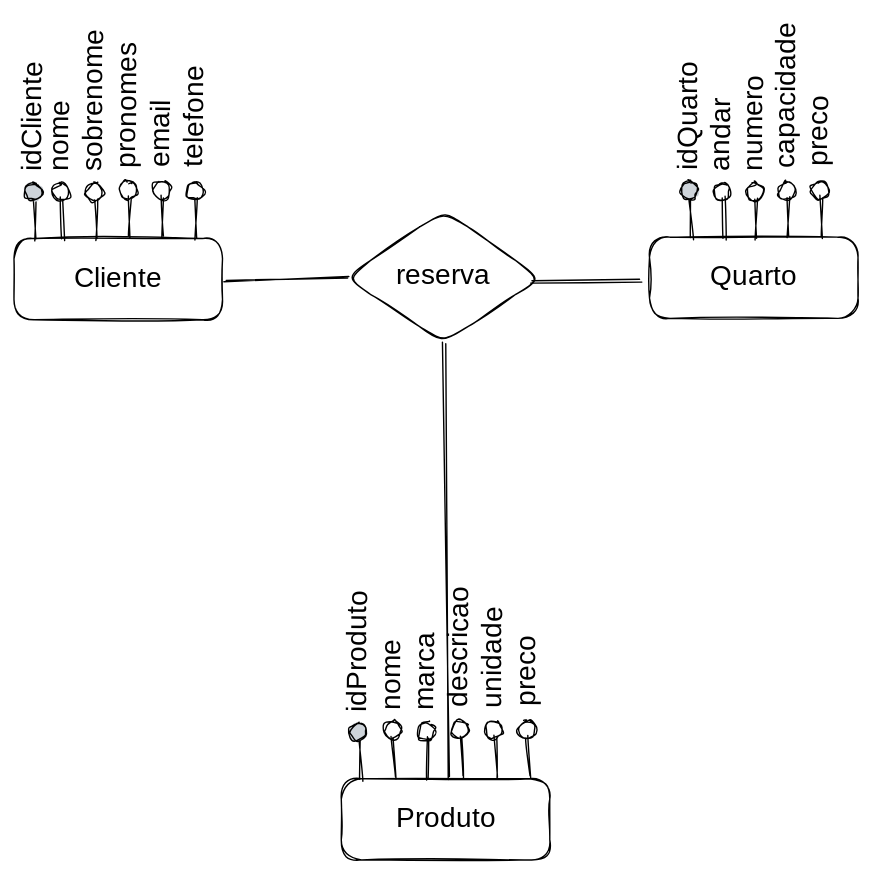
The Excalidraw diagram .gitbook/assets/file.excalidraw.svg in francojoao/gb-banco-de-dados, before a commit. Source tidied: one line per element, renumbered; positions are measured from the earlier drawing's top-left corner, leaving out a move shared by most shapes.
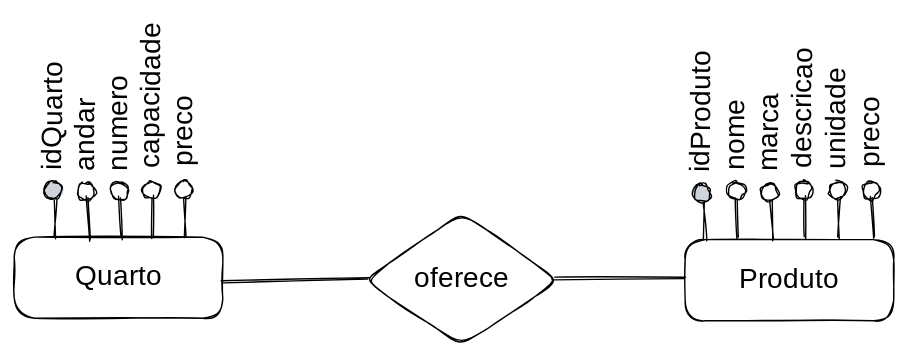
After the change.

Change to the diagram source:
```diff
@@ -1,62 +1,41 @@
-{"id": 0, "type": "rectangle", "strokeColor": "#000000", "strokeWidth": 1, "roughness": 1, "round": true, "x": 28, "y": 118, "width": 149, "height": 58}
-{"id": 1, "type": "text", "text": "Cliente", "strokeColor": "#000000", "strokeWidth": 1, "roughness": 1, "fontSize": 20, "fontFamily": 1, "textAlign": "center", "verticalAlign": "middle", "inside": 0, "x": 69, "y": 135, "width": 67, "height": 23}
-{"id": 2, "type": "line", "strokeColor": "#000000", "strokeWidth": 1, "roughness": 1, "round": true, "x": 62, "y": 89, "width": 1, "height": 29, "points": [[0, 0], [1, 29]]}
-{"id": 3, "type": "ellipse", "strokeColor": "#000000", "strokeWidth": 1, "roughness": 1, "round": true, "x": 55, "y": 78, "width": 12, "height": 13}
-{"id": 4, "type": "text", "text": "nome", "strokeColor": "#000000", "angle": 4.72, "strokeWidth": 1, "roughness": 1, "fontSize": 20, "fontFamily": 1, "x": 38, "y": 34, "width": 46, "height": 25}
-{"id": 5, "type": "line", "strokeColor": "#000000", "strokeWidth": 1, "roughness": 1, "round": true, "x": 86, "y": 89, "width": 1, "height": 29, "points": [[0, 0], [1, 29]]}
-{"id": 6, "type": "ellipse", "strokeColor": "#000000", "strokeWidth": 1, "roughness": 1, "round": true, "x": 79, "y": 78, "width": 12, "height": 13}
-{"id": 7, "type": "text", "text": "sobrenome", "strokeColor": "#000000", "angle": 4.72, "strokeWidth": 1, "roughness": 1, "fontSize": 20, "fontFamily": 1, "x": 36, "y": 8, "width": 98, "height": 25}
-{"id": 8, "type": "line", "strokeColor": "#000000", "strokeWidth": 1, "roughness": 1, "round": true, "x": 110, "y": 88, "width": 1, "height": 29, "points": [[0, 0], [1, 29]]}
-{"id": 9, "type": "ellipse", "strokeColor": "#000000", "strokeWidth": 1, "roughness": 1, "round": true, "x": 103, "y": 77, "width": 12, "height": 13}
-{"id": 10, "type": "text", "text": "pronomes", "strokeColor": "#000000", "angle": 4.72, "strokeWidth": 1, "roughness": 1, "fontSize": 20, "fontFamily": 1, "x": 66, "y": 12, "width": 86, "height": 25}
-{"id": 11, "type": "text", "text": "email", "strokeColor": "#000000", "angle": 4.72, "strokeWidth": 1, "roughness": 1, "fontSize": 20, "fontFamily": 1, "x": 109, "y": 29, "width": 49, "height": 25}
-{"id": 12, "type": "line", "strokeColor": "#000000", "strokeWidth": 1, "roughness": 1, "round": true, "x": 134, "y": 88, "width": 1, "height": 29, "points": [[0, 0], [1, 29]]}
-{"id": 13, "type": "ellipse", "strokeColor": "#000000", "strokeWidth": 1, "roughness": 1, "round": true, "x": 127, "y": 77, "width": 12, "height": 13}
-{"id": 14, "type": "text", "text": "telefone", "strokeColor": "#000000", "angle": 4.72, "strokeWidth": 1, "roughness": 1, "fontSize": 20, "fontFamily": 1, "x": 116, "y": 13, "width": 82, "height": 25}
-{"id": 15, "type": "line", "strokeColor": "#000000", "strokeWidth": 1, "roughness": 1, "round": true, "x": 158, "y": 89, "width": 1, "height": 29, "points": [[0, 0], [1, 29]]}
-{"id": 16, "type": "ellipse", "strokeColor": "#000000", "strokeWidth": 1, "roughness": 1, "round": true, "x": 151, "y": 78, "width": 12, "height": 13}
-{"id": 17, "type": "line", "strokeColor": "#000000", "strokeWidth": 1, "roughness": 1, "round": true, "x": 42, "y": 89, "width": 1, "height": 29, "points": [[0, 0], [1, 29]]}
-{"id": 18, "type": "ellipse", "strokeColor": "#000000", "backgroundColor": "#ced4da", "fillStyle": "solid", "strokeWidth": 1, "roughness": 1, "round": true, "x": 35, "y": 78, "width": 12, "height": 13}
-{"id": 19, "type": "text", "text": "idCliente", "strokeColor": "#000000", "angle": 4.72, "strokeWidth": 1, "roughness": 1, "fontSize": 20, "fontFamily": 1, "x": 0, "y": 16, "width": 83, "height": 25}
-{"id": 20, "type": "rectangle", "strokeColor": "#000000", "strokeWidth": 1, "roughness": 1, "round": true, "x": 482, "y": 117, "width": 149, "height": 58}
+{"id": 62, "type": "rectangle", "strokeColor": "#000000", "strokeWidth": 1, "roughness": 1, "round": true, "x": -68, "y": 194, "width": 149, "height": 58}
-{"id": 21, "type": "text", "text": "Quarto", "strokeColor": "#000000", "strokeWidth": 1, "roughness": 1, "fontSize": 20, "fontFamily": 1, "textAlign": "center", "verticalAlign": "middle", "inside": 20, "x": 520, "y": 134, "width": 72, "height": 23}
+{"id": 21, "type": "text", "text": "Quarto", "strokeColor": "#000000", "strokeWidth": 1, "roughness": 1, "fontSize": 20, "fontFamily": 1, "textAlign": "center", "verticalAlign": "middle", "inside": 62, "x": -30, "y": 212, "width": 72, "height": 23}
-{"id": 22, "type": "line", "strokeColor": "#000000", "strokeWidth": 1, "roughness": 1, "round": true, "x": 534, "y": 89, "width": 1, "height": 29, "points": [[0, 0], [1, 29]]}
-{"id": 23, "type": "ellipse", "strokeColor": "#000000", "strokeWidth": 1, "roughness": 1, "round": true, "x": 527, "y": 78, "width": 12, "height": 13}
+{"id": 63, "type": "line", "strokeColor": "#000000", "strokeWidth": 1, "roughness": 1, "round": true, "x": -16, "y": 167, "width": 1, "height": 29, "points": [[0, 0], [1, 29]]}
+{"id": 64, "type": "ellipse", "strokeColor": "#000000", "strokeWidth": 1, "roughness": 1, "round": true, "x": -23, "y": 156, "width": 12, "height": 13}
-{"id": 24, "type": "text", "text": "andar", "strokeColor": "#000000", "angle": 4.72, "strokeWidth": 1, "roughness": 1, "fontSize": 20, "fontFamily": 1, "x": 504, "y": 28, "width": 58, "height": 25}
+{"id": 24, "type": "text", "text": "andar", "strokeColor": "#000000", "angle": 4.72, "strokeWidth": 1, "roughness": 1, "fontSize": 20, "fontFamily": 1, "x": -46, "y": 106, "width": 58, "height": 25}
-{"id": 25, "type": "line", "strokeColor": "#000000", "strokeWidth": 1, "roughness": 1, "round": true, "x": 557, "y": 89, "width": 1, "height": 29, "points": [[0, 0], [1, 29]]}
-{"id": 26, "type": "ellipse", "strokeColor": "#000000", "strokeWidth": 1, "roughness": 1, "round": true, "x": 551, "y": 78, "width": 12, "height": 13}
+{"id": 65, "type": "line", "strokeColor": "#000000", "strokeWidth": 1, "roughness": 1, "round": true, "x": 7, "y": 167, "width": 1, "height": 29, "points": [[0, 0], [1, 29]]}
+{"id": 66, "type": "ellipse", "strokeColor": "#000000", "strokeWidth": 1, "roughness": 1, "round": true, "x": 1, "y": 156, "width": 12, "height": 13}
-{"id": 27, "type": "text", "text": "numero", "strokeColor": "#000000", "angle": 4.72, "strokeWidth": 1, "roughness": 1, "fontSize": 20, "fontFamily": 1, "x": 524, "y": 24, "width": 66, "height": 25}
+{"id": 27, "type": "text", "text": "numero", "strokeColor": "#000000", "angle": 4.72, "strokeWidth": 1, "roughness": 1, "fontSize": 20, "fontFamily": 1, "x": -26, "y": 101, "width": 66, "height": 25}
-{"id": 28, "type": "line", "strokeColor": "#000000", "strokeWidth": 1, "roughness": 1, "round": true, "x": 580, "y": 88, "width": 1, "height": 29, "points": [[0, 0], [1, 29]]}
-{"id": 29, "type": "ellipse", "strokeColor": "#000000", "strokeWidth": 1, "roughness": 1, "round": true, "x": 574, "y": 77, "width": 12, "height": 13}
+{"id": 67, "type": "line", "strokeColor": "#000000", "strokeWidth": 1, "roughness": 1, "round": true, "x": 30, "y": 166, "width": 1, "height": 29, "points": [[0, 0], [1, 29]]}
+{"id": 68, "type": "ellipse", "strokeColor": "#000000", "strokeWidth": 1, "roughness": 1, "round": true, "x": 24, "y": 155, "width": 12, "height": 13}
-{"id": 30, "type": "text", "text": "capacidade", "strokeColor": "#000000", "angle": 4.72, "strokeWidth": 1, "roughness": 1, "fontSize": 20, "fontFamily": 1, "x": 525, "y": 0, "width": 110, "height": 25}
+{"id": 30, "type": "text", "text": "capacidade", "strokeColor": "#000000", "angle": 4.72, "strokeWidth": 1, "roughness": 1, "fontSize": 20, "fontFamily": 1, "x": -25, "y": 78, "width": 110, "height": 25}
-{"id": 31, "type": "text", "text": "preco", "strokeColor": "#000000", "angle": 4.72, "strokeWidth": 1, "roughness": 1, "fontSize": 20, "fontFamily": 1, "x": 577, "y": 27, "width": 53, "height": 25}
-{"id": 32, "type": "line", "strokeColor": "#000000", "strokeWidth": 1, "roughness": 1, "round": true, "x": 604, "y": 88, "width": 1, "height": 29, "points": [[0, 0], [1, 29]]}
-{"id": 33, "type": "ellipse", "strokeColor": "#000000", "strokeWidth": 1, "roughness": 1, "round": true, "x": 597, "y": 77, "width": 12, "height": 13}
-{"id": 34, "type": "line", "strokeColor": "#000000", "strokeWidth": 1, "roughness": 1, "round": true, "x": 511, "y": 88, "width": 1, "height": 29, "points": [[0, 0], [1, 29]]}
-{"id": 35, "type": "ellipse", "strokeColor": "#000000", "backgroundColor": "#ced4da", "fillStyle": "solid", "strokeWidth": 1, "roughness": 1, "round": true, "x": 504, "y": 77, "width": 12, "height": 13}
+{"id": 69, "type": "text", "text": "preco", "strokeColor": "#000000", "angle": 4.72, "strokeWidth": 1, "roughness": 1, "fontSize": 20, "fontFamily": 1, "x": 27, "y": 105, "width": 53, "height": 25}
+{"id": 70, "type": "line", "strokeColor": "#000000", "strokeWidth": 1, "roughness": 1, "round": true, "x": 54, "y": 165, "width": 1, "height": 29, "points": [[0, 0], [1, 29]]}
+{"id": 71, "type": "ellipse", "strokeColor": "#000000", "strokeWidth": 1, "roughness": 1, "round": true, "x": 47, "y": 154, "width": 12, "height": 13}
+{"id": 72, "type": "line", "strokeColor": "#000000", "strokeWidth": 1, "roughness": 1, "round": true, "x": -39, "y": 166, "width": 1, "height": 29, "points": [[0, 0], [1, 29]]}
+{"id": 73, "type": "ellipse", "strokeColor": "#000000", "backgroundColor": "#ced4da", "fillStyle": "solid", "strokeWidth": 1, "roughness": 1, "round": true, "x": -46, "y": 155, "width": 12, "height": 13}
-{"id": 36, "type": "text", "text": "idQuarto", "strokeColor": "#000000", "angle": 4.72, "strokeWidth": 1, "roughness": 1, "fontSize": 20, "fontFamily": 1, "x": 466, "y": 12, "width": 88, "height": 25}
+{"id": 36, "type": "text", "text": "idQuarto", "strokeColor": "#000000", "angle": 4.72, "strokeWidth": 1, "roughness": 1, "fontSize": 20, "fontFamily": 1, "x": -84, "y": 90, "width": 88, "height": 25}
-{"id": 37, "type": "rectangle", "strokeColor": "#000000", "strokeWidth": 1, "roughness": 1, "round": true, "x": 261, "y": 504, "width": 149, "height": 58}
+{"id": 74, "type": "diamond", "strokeColor": "#000000", "strokeWidth": 1, "roughness": 1, "round": true, "x": 182, "y": 177, "width": 139, "height": 95}
+{"id": 75, "type": "text", "text": "oferece", "strokeColor": "#000000", "strokeWidth": 1, "roughness": 1, "fontSize": 20, "fontFamily": 1, "textAlign": "center", "verticalAlign": "middle", "inside": 74, "x": 214, "y": 213, "width": 74, "height": 23}
+{"id": 76, "type": "rectangle", "strokeColor": "#000000", "strokeWidth": 1, "roughness": 1, "round": true, "x": 411, "y": 196, "width": 149, "height": 58}
-{"id": 38, "type": "text", "text": "Produto", "strokeColor": "#000000", "strokeWidth": 1, "roughness": 1, "fontSize": 20, "fontFamily": 1, "textAlign": "center", "verticalAlign": "middle", "inside": 37, "x": 296, "y": 521, "width": 80, "height": 23}
+{"id": 38, "type": "text", "text": "Produto", "strokeColor": "#000000", "strokeWidth": 1, "roughness": 1, "fontSize": 20, "fontFamily": 1, "textAlign": "center", "verticalAlign": "middle", "inside": 76, "x": 446, "y": 213, "width": 80, "height": 23}
-{"id": 39, "type": "line", "strokeColor": "#000000", "strokeWidth": 1, "roughness": 1, "round": true, "x": 298, "y": 474, "width": 1, "height": 29, "points": [[0, 0], [1, 29]]}
-{"id": 40, "type": "ellipse", "strokeColor": "#000000", "strokeWidth": 1, "roughness": 1, "round": true, "x": 292, "y": 463, "width": 12, "height": 13}
-{"id": 41, "type": "text", "text": "nome", "strokeColor": "#000000", "angle": 4.72, "strokeWidth": 1, "roughness": 1, "fontSize": 20, "fontFamily": 1, "x": 275, "y": 419, "width": 46, "height": 25}
-{"id": 42, "type": "line", "strokeColor": "#000000", "strokeWidth": 1, "roughness": 1, "round": true, "x": 323, "y": 475, "width": 1, "height": 29, "points": [[0, 0], [1, 29]]}
-{"id": 43, "type": "ellipse", "strokeColor": "#000000", "strokeWidth": 1, "roughness": 1, "round": true, "x": 316, "y": 464, "width": 12, "height": 13}
+{"id": 77, "type": "line", "strokeColor": "#000000", "strokeWidth": 1, "roughness": 1, "round": true, "x": 448, "y": 166, "width": 1, "height": 29, "points": [[0, 0], [1, 29]]}
+{"id": 78, "type": "ellipse", "strokeColor": "#000000", "strokeWidth": 1, "roughness": 1, "round": true, "x": 441, "y": 155, "width": 12, "height": 13}
+{"id": 79, "type": "text", "text": "nome", "strokeColor": "#000000", "angle": 4.72, "strokeWidth": 1, "roughness": 1, "fontSize": 20, "fontFamily": 1, "x": 424, "y": 111, "width": 46, "height": 25}
+{"id": 80, "type": "line", "strokeColor": "#000000", "strokeWidth": 1, "roughness": 1, "round": true, "x": 472, "y": 167, "width": 1, "height": 29, "points": [[0, 0], [1, 29]]}
+{"id": 81, "type": "ellipse", "strokeColor": "#000000", "strokeWidth": 1, "roughness": 1, "round": true, "x": 466, "y": 156, "width": 12, "height": 13}
-{"id": 44, "type": "text", "text": "marca", "strokeColor": "#000000", "angle": 4.72, "strokeWidth": 1, "roughness": 1, "fontSize": 20, "fontFamily": 1, "x": 292, "y": 412, "width": 60, "height": 25}
+{"id": 44, "type": "text", "text": "marca", "strokeColor": "#000000", "angle": 4.72, "strokeWidth": 1, "roughness": 1, "fontSize": 20, "fontFamily": 1, "x": 442, "y": 105, "width": 60, "height": 25}
-{"id": 45, "type": "line", "strokeColor": "#000000", "strokeWidth": 1, "roughness": 1, "round": true, "x": 371, "y": 474, "width": 1, "height": 29, "points": [[0, 0], [1, 29]]}
-{"id": 46, "type": "ellipse", "strokeColor": "#000000", "strokeWidth": 1, "roughness": 1, "round": true, "x": 364, "y": 463, "width": 12, "height": 13}
+{"id": 82, "type": "line", "strokeColor": "#000000", "strokeWidth": 1, "roughness": 1, "round": true, "x": 520, "y": 166, "width": 1, "height": 29, "points": [[0, 0], [1, 29]]}
+{"id": 83, "type": "ellipse", "strokeColor": "#000000", "strokeWidth": 1, "roughness": 1, "round": true, "x": 514, "y": 155, "width": 12, "height": 13}
-{"id": 47, "type": "text", "text": "unidade", "strokeColor": "#000000", "angle": 4.72, "strokeWidth": 1, "roughness": 1, "fontSize": 20, "fontFamily": 1, "x": 333, "y": 404, "width": 74, "height": 25}
+{"id": 47, "type": "text", "text": "unidade", "strokeColor": "#000000", "angle": 4.72, "strokeWidth": 1, "roughness": 1, "fontSize": 20, "fontFamily": 1, "x": 483, "y": 96, "width": 74, "height": 25}
-{"id": 48, "type": "text", "text": "preco", "strokeColor": "#000000", "angle": 4.72, "strokeWidth": 1, "roughness": 1, "fontSize": 20, "fontFamily": 1, "x": 368, "y": 413, "width": 53, "height": 25}
-{"id": 49, "type": "line", "strokeColor": "#000000", "strokeWidth": 1, "roughness": 1, "round": true, "x": 395, "y": 473, "width": 1, "height": 29, "points": [[0, 0], [1, 29]]}
-{"id": 50, "type": "ellipse", "strokeColor": "#000000", "strokeWidth": 1, "roughness": 1, "round": true, "x": 388, "y": 462, "width": 12, "height": 13}
-{"id": 51, "type": "line", "strokeColor": "#000000", "strokeWidth": 1, "roughness": 1, "round": true, "x": 347, "y": 473, "width": 1, "height": 29, "points": [[0, 0], [1, 29]]}
-{"id": 52, "type": "ellipse", "strokeColor": "#000000", "strokeWidth": 1, "roughness": 1, "round": true, "x": 340, "y": 462, "width": 12, "height": 13}
+{"id": 84, "type": "text", "text": "preco", "strokeColor": "#000000", "angle": 4.72, "strokeWidth": 1, "roughness": 1, "fontSize": 20, "fontFamily": 1, "x": 517, "y": 105, "width": 53, "height": 25}
+{"id": 85, "type": "line", "strokeColor": "#000000", "strokeWidth": 1, "roughness": 1, "round": true, "x": 544, "y": 166, "width": 1, "height": 29, "points": [[0, 0], [1, 29]]}
+{"id": 86, "type": "ellipse", "strokeColor": "#000000", "strokeWidth": 1, "roughness": 1, "round": true, "x": 538, "y": 155, "width": 12, "height": 13}
+{"id": 87, "type": "line", "strokeColor": "#000000", "strokeWidth": 1, "roughness": 1, "round": true, "x": 496, "y": 166, "width": 1, "height": 29, "points": [[0, 0], [1, 29]]}
+{"id": 88, "type": "ellipse", "strokeColor": "#000000", "strokeWidth": 1, "roughness": 1, "round": true, "x": 489, "y": 155, "width": 12, "height": 13}
-{"id": 53, "type": "text", "text": "descricao", "strokeColor": "#000000", "angle": 4.72, "strokeWidth": 1, "roughness": 1, "fontSize": 20, "fontFamily": 1, "x": 300, "y": 394, "width": 93, "height": 25}
+{"id": 53, "type": "text", "text": "descricao", "strokeColor": "#000000", "angle": 4.72, "strokeWidth": 1, "roughness": 1, "fontSize": 20, "fontFamily": 1, "x": 449, "y": 86, "width": 93, "height": 25}
-{"id": 54, "type": "line", "strokeColor": "#000000", "strokeWidth": 1, "roughness": 1, "round": true, "x": 274, "y": 475, "width": 1, "height": 29, "points": [[0, 0], [1, 29]]}
-{"id": 55, "type": "ellipse", "strokeColor": "#000000", "backgroundColor": "#ced4da", "fillStyle": "solid", "strokeWidth": 1, "roughness": 1, "round": true, "x": 267, "y": 464, "width": 12, "height": 13}
+{"id": 89, "type": "line", "strokeColor": "#000000", "strokeWidth": 1, "roughness": 1, "round": true, "x": 424, "y": 168, "width": 1, "height": 29, "points": [[0, 0], [1, 29]]}
+{"id": 90, "type": "ellipse", "strokeColor": "#000000", "backgroundColor": "#ced4da", "fillStyle": "solid", "strokeWidth": 1, "roughness": 1, "round": true, "x": 417, "y": 157, "width": 12, "height": 13}
-{"id": 56, "type": "text", "text": "idProduto", "strokeColor": "#000000", "angle": 4.72, "strokeWidth": 1, "roughness": 1, "fontSize": 20, "fontFamily": 1, "x": 226, "y": 395, "width": 96, "height": 25}
+{"id": 56, "type": "text", "text": "idProduto", "strokeColor": "#000000", "angle": 4.72, "strokeWidth": 1, "roughness": 1, "fontSize": 20, "fontFamily": 1, "x": 375, "y": 88, "width": 96, "height": 25}
-{"id": 57, "type": "diamond", "strokeColor": "#000000", "strokeWidth": 1, "roughness": 1, "round": true, "x": 265, "y": 98, "width": 139, "height": 95}
-{"id": 58, "type": "text", "text": "reserva", "strokeColor": "#000000", "strokeWidth": 1, "roughness": 1, "fontSize": 20, "fontFamily": 1, "textAlign": "center", "verticalAlign": "middle", "inside": 57, "x": 296, "y": 133, "width": 76, "height": 23}
-{"id": 59, "type": "arrow", "strokeColor": "#000000", "strokeWidth": 1, "roughness": 1, "round": true, "from": 20, "x": 476, "y": 148, "width": 78, "height": 0, "points": [[0, 0], [-78, 0]]}
-{"id": 60, "type": "arrow", "strokeColor": "#000000", "strokeWidth": 1, "roughness": 1, "round": true, "from": 0, "x": 179, "y": 149, "width": 88, "height": 3, "points": [[0, 0], [88, -3]]}
-{"id": 61, "type": "arrow", "strokeColor": "#000000", "strokeWidth": 1, "roughness": 1, "round": true, "from": 37, "x": 338, "y": 503, "width": 3, "height": 310, "points": [[0, 0], [-3, -310]]}
+{"id": 91, "type": "arrow", "strokeColor": "#000000", "strokeWidth": 1, "roughness": 1, "round": true, "x": 317, "y": 224, "width": 94, "height": 0, "points": [[0, 0], [94, 0]]}
+{"id": 92, "type": "arrow", "strokeColor": "#000000", "strokeWidth": 1, "roughness": 1, "round": true, "to": 62, "x": 185, "y": 224, "width": 104, "height": 2, "points": [[0, 0], [-104, 2]]}
```
